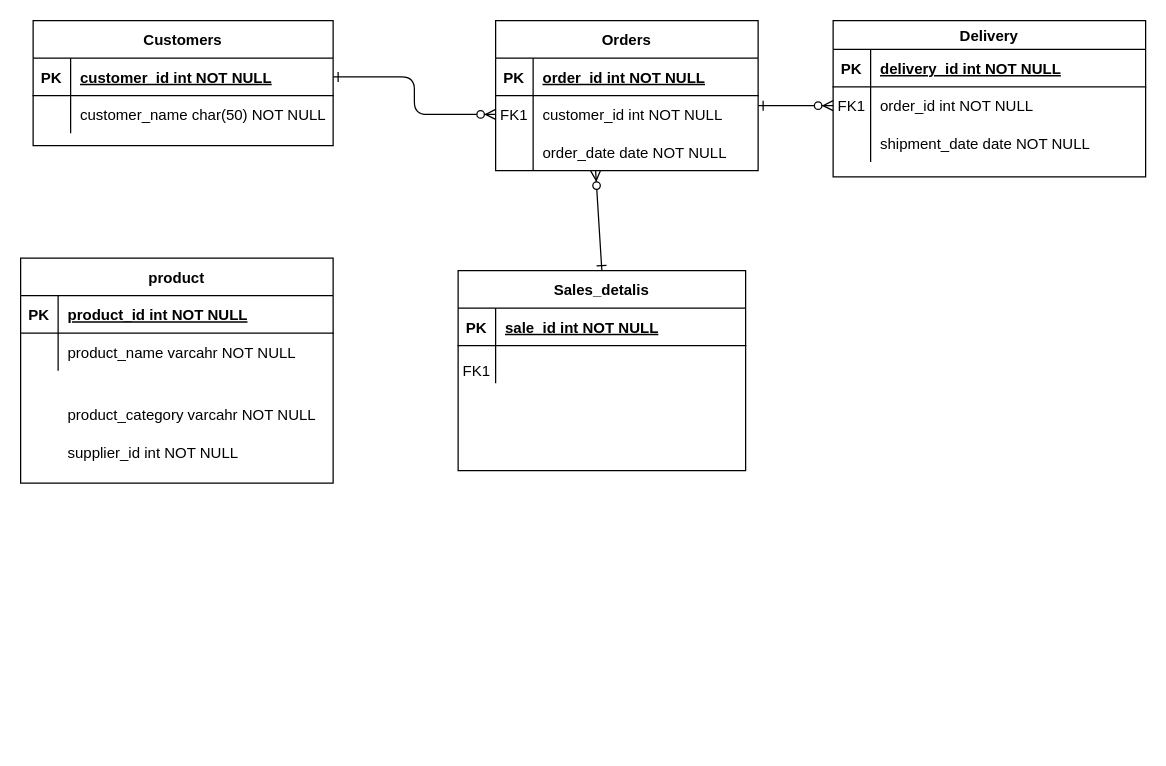
This is page "OLAP" (1 of 2) of Untitled Diagram.drawio from thejana123/grocery_ERP, a draw.io file, before an edit. Source tidied: cells renumbered, new cells numbered last; positions are measured from the earlier drawing's top-left corner, leaving out a move shared by most shapes. Both pictures are drawn from the tidied source at 125%, with x=0, y=0 at pixel (20, 20).
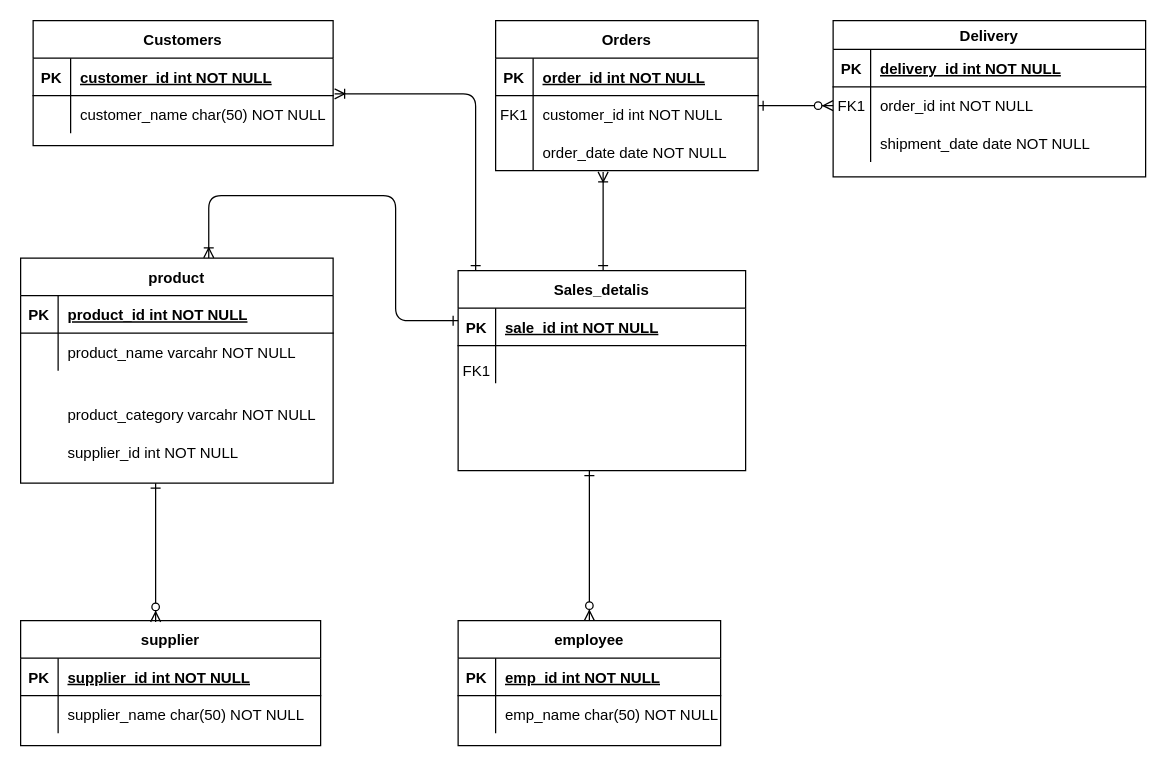
The same page after the edit.

Unchanged cells that the change refers to:
```xml
<mxCell id="8" style="shape=partialRectangle;fillColor=none;points=[[0,0.5],[1,0.5]];portConstraint=eastwest;top=0;left=0;right=0;bottom=0;" parent="4" vertex="1">
  <mxGeometry y="60" width="210" height="30" as="geometry" />
</mxCell>
<mxCell id="25" style="shape=partialRectangle;fillColor=none;points=[[0,0.5],[1,0.5]];portConstraint=eastwest;top=0;left=0;right=0;bottom=1;" parent="24" vertex="1">
  <mxGeometry y="30" width="240" height="30" as="geometry" />
</mxCell>
<mxCell id="28" style="shape=partialRectangle;fillColor=none;points=[[0,0.5],[1,0.5]];portConstraint=eastwest;top=0;left=0;right=0;bottom=0;" parent="24" vertex="1">
  <mxGeometry y="60" width="240" height="30" as="geometry" />
</mxCell>
<mxCell id="31" value="product" style="shape=table;startSize=30;childLayout=tableLayout;rowLines=0;fontStyle=1;align=center;" parent="1" vertex="1">
  <mxGeometry y="190" width="250" height="180" as="geometry" />
</mxCell>
<mxCell id="40" value="Sales_detalis" style="shape=table;startSize=30;childLayout=tableLayout;rowLines=0;fontStyle=1;align=center;" parent="1" vertex="1">
  <mxGeometry x="350" y="200" width="230" height="160" as="geometry" />
</mxCell>
```

Diff of the diagram source:
```diff
@@
-    <mxCell id="2" style="edgeStyle=orthogonalEdgeStyle;endArrow=ERzeroToMany;startArrow=ERone;endFill=1;startFill=0;" parent="1" edge="1" source="25" target="8">
+    <mxCell id="2" style="edgeStyle=orthogonalEdgeStyle;endArrow=ERoneToMany;startArrow=ERone;endFill=0;startFill=0;entryX=1.005;entryY=-0.047;entryDx=0;entryDy=0;entryPerimeter=0;exitX=0.061;exitY=0;exitDx=0;exitDy=0;exitPerimeter=0;" parent="1" edge="1" source="40" target="28">
       <mxGeometry relative="1" as="geometry" />
     </mxCell>
@@
-    <mxCell id="48" style="endArrow=ERzeroToMany;html=1;exitX=0.5;exitY=0;exitDx=0;exitDy=0;endFill=1;startArrow=ERone;startFill=0;" parent="1" edge="1" source="40">
+    <mxCell id="48" style="endArrow=ERoneToMany;html=1;endFill=0;startArrow=ERone;startFill=0;" parent="1" edge="1">
       <mxGeometry relative="1" as="geometry">
-        <mxPoint x="460" y="120" as="targetPoint" />
+        <mxPoint x="466" y="200" as="sourcePoint" />
+        <mxPoint x="466" y="121" as="targetPoint" />
       </mxGeometry>
     </mxCell>
+    <mxCell id="49" style="endArrow=ERoneToMany;html=1;startArrow=ERone;startFill=0;endFill=0;entryX=0.602;entryY=-0.001;entryDx=0;entryDy=0;entryPerimeter=0;edgeStyle=orthogonalEdgeStyle;" parent="1" edge="1" target="31">
+      <mxGeometry relative="1" as="geometry">
+        <mxPoint x="350" y="240" as="sourcePoint" />
+        <Array as="points">
+          <mxPoint x="300" y="240" />
+          <mxPoint x="300" y="140" />
+          <mxPoint x="151" y="140" />
+        </Array>
+      </mxGeometry>
+    </mxCell>
+    <mxCell id="50" value="employee" style="shape=table;startSize=30;childLayout=tableLayout;rowLines=0;fontStyle=1;align=center;" parent="1" vertex="1">
+      <mxGeometry x="350" y="480" width="210" height="100" as="geometry" />
+    </mxCell>
+    <mxCell id="51" style="shape=partialRectangle;fillColor=none;top=0;left=0;right=0;bottom=1;" parent="50" vertex="1">
+      <mxGeometry y="30" width="210" height="30" as="geometry" />
+    </mxCell>
+    <mxCell id="52" value="PK" style="shape=partialRectangle;overflow=hidden;fillColor=none;top=0;left=0;bottom=0;right=0;fontStyle=1;" parent="51" vertex="1">
+      <mxGeometry width="30" height="30" as="geometry" />
+    </mxCell>
+    <mxCell id="53" value="emp_id int NOT NULL " style="shape=partialRectangle;overflow=hidden;fillColor=none;top=0;left=0;bottom=0;right=0;align=left;spacingLeft=6;fontStyle=5;" parent="51" vertex="1">
+      <mxGeometry x="30" width="180" height="30" as="geometry" />
+    </mxCell>
+    <mxCell id="54" style="shape=partialRectangle;fillColor=none;top=0;left=0;right=0;bottom=0;" parent="50" vertex="1">
+      <mxGeometry y="60" width="210" height="30" as="geometry" />
+    </mxCell>
+    <mxCell id="55" style="shape=partialRectangle;overflow=hidden;fillColor=none;top=0;left=0;bottom=0;right=0;" parent="54" vertex="1">
+      <mxGeometry width="30" height="30" as="geometry" />
+    </mxCell>
+    <mxCell id="56" value="emp_name char(50) NOT NULL" style="shape=partialRectangle;overflow=hidden;fillColor=none;top=0;left=0;bottom=0;right=0;align=left;spacingLeft=6;" parent="54" vertex="1">
+      <mxGeometry x="30" width="180" height="30" as="geometry" />
+    </mxCell>
+    <mxCell id="57" value="supplier" style="shape=table;startSize=30;childLayout=tableLayout;rowLines=0;fontStyle=1;align=center;" parent="1" vertex="1">
+      <mxGeometry y="480" width="240" height="100" as="geometry" />
+    </mxCell>
+    <mxCell id="58" style="shape=partialRectangle;fillColor=none;top=0;left=0;right=0;bottom=1;" parent="57" vertex="1">
+      <mxGeometry y="30" width="240" height="30" as="geometry" />
+    </mxCell>
+    <mxCell id="59" value="PK" style="shape=partialRectangle;overflow=hidden;fillColor=none;top=0;left=0;bottom=0;right=0;fontStyle=1;" parent="58" vertex="1">
+      <mxGeometry width="30" height="30" as="geometry" />
+    </mxCell>
+    <mxCell id="60" value="supplier_id int NOT NULL " style="shape=partialRectangle;overflow=hidden;fillColor=none;top=0;left=0;bottom=0;right=0;align=left;spacingLeft=6;fontStyle=5;" parent="58" vertex="1">
+      <mxGeometry x="30" width="210" height="30" as="geometry" />
+    </mxCell>
+    <mxCell id="61" style="shape=partialRectangle;fillColor=none;top=0;left=0;right=0;bottom=0;" parent="57" vertex="1">
+      <mxGeometry y="60" width="240" height="30" as="geometry" />
+    </mxCell>
+    <mxCell id="62" style="shape=partialRectangle;overflow=hidden;fillColor=none;top=0;left=0;bottom=0;right=0;" parent="61" vertex="1">
+      <mxGeometry width="30" height="30" as="geometry" />
+    </mxCell>
+    <mxCell id="63" value="supplier_name char(50) NOT NULL" style="shape=partialRectangle;overflow=hidden;fillColor=none;top=0;left=0;bottom=0;right=0;align=left;spacingLeft=6;" parent="61" vertex="1">
+      <mxGeometry x="30" width="210" height="30" as="geometry" />
+    </mxCell>
+    <mxCell id="64" style="endArrow=ERzeroToMany;html=1;entryX=0.45;entryY=0.01;entryDx=0;entryDy=0;entryPerimeter=0;startArrow=ERone;startFill=0;endFill=1;" parent="1" edge="1" target="57">
+      <mxGeometry relative="1" as="geometry">
+        <mxPoint x="108" y="370" as="sourcePoint" />
+      </mxGeometry>
+    </mxCell>
+    <mxCell id="65" style="endArrow=ERzeroToMany;html=1;entryX=0.5;entryY=0;entryDx=0;entryDy=0;startArrow=ERone;startFill=0;endFill=1;" parent="1" edge="1" target="50">
+      <mxGeometry relative="1" as="geometry">
+        <mxPoint x="455" y="360" as="sourcePoint" />
+      </mxGeometry>
+    </mxCell>
```
